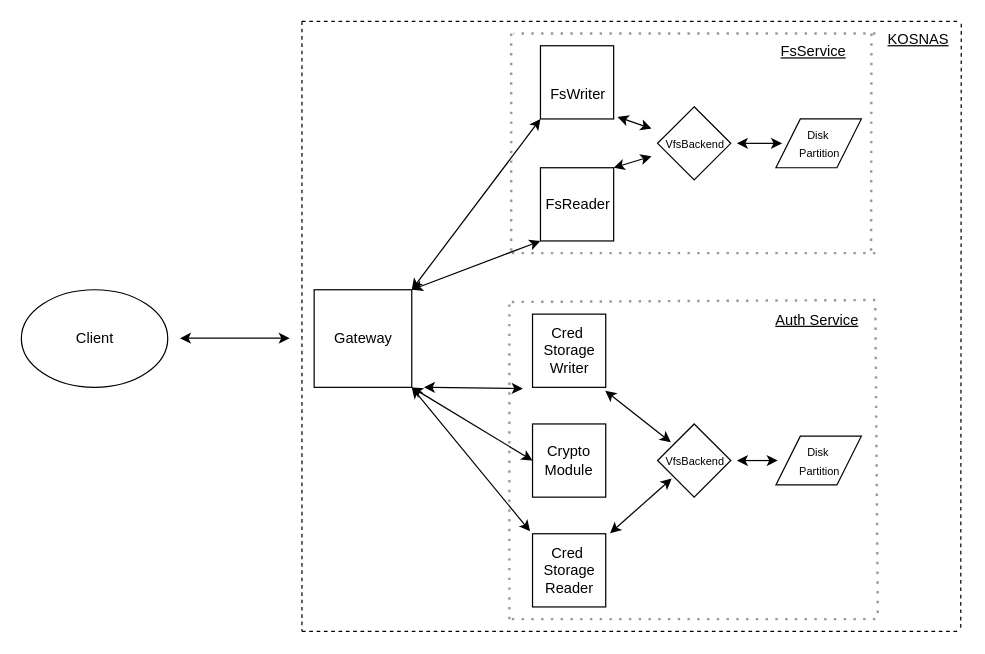
Above: assets/NAS Arch.drawio in Iroh-5/kosnas (draw.io), before the change. Source tidied: cells renumbered, new cells numbered last; positions are measured from the earlier drawing's top-left corner, leaving out a move shared by most shapes. Both pictures are drawn from the tidied source at 122%, with x=0, y=0 at pixel (21, 21).
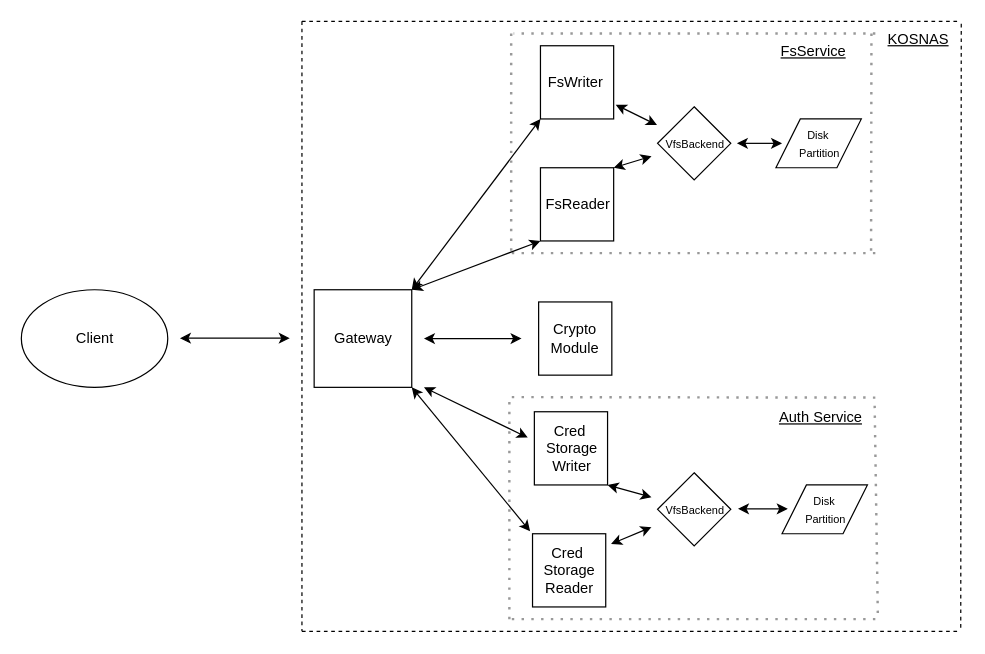
The same page after the edit.

Unchanged cells that the change refers to:
```xml
<mxCell id="2" style="whiteSpace=wrap;html=1;" parent="1" vertex="1">
  <mxGeometry x="240" y="220" width="80" height="80" as="geometry" />
</mxCell>
<mxCell id="27" value="Cred&amp;nbsp;&lt;div&gt;Storage&lt;div&gt;Reader&lt;/div&gt;&lt;/div&gt;" style="text;html=1;align=center;verticalAlign=middle;points=[];strokeColor=none;fillColor=none;" parent="1" vertex="1">
  <mxGeometry x="414" y="420" width="70" height="60" as="geometry" />
</mxCell>
```

Change to the diagram source:
```diff
@@
     <mxCell id="20" style="whiteSpace=wrap;html=1;" parent="1" vertex="1">
-      <mxGeometry x="419" y="240" width="60" height="60" as="geometry" />
+      <mxGeometry x="420.5" y="320" width="60" height="60" as="geometry" />
     </mxCell>
@@
     <mxCell id="22" style="rhombus;whiteSpace=wrap;html=1;" parent="1" vertex="1">
-      <mxGeometry x="521.5" y="330" width="60" height="60" as="geometry" />
+      <mxGeometry x="521.5" y="370" width="60" height="60" as="geometry" />
     </mxCell>
     <mxCell id="23" style="shape=parallelogram;perimeter=parallelogramPerimeter;whiteSpace=wrap;html=1;fixedSize=1;" parent="1" vertex="1">
-      <mxGeometry x="618.5" y="340" width="70" height="40" as="geometry" />
+      <mxGeometry x="623.5" y="380" width="70" height="40" as="geometry" />
     </mxCell>
     <mxCell id="24" value="&lt;font style=&quot;font-size: 9px;&quot;&gt;VfsBackend&lt;/font&gt;" style="text;html=1;align=center;verticalAlign=middle;points=[];strokeColor=none;fillColor=none;" parent="1" vertex="1">
-      <mxGeometry x="516.5" y="345" width="70" height="30" as="geometry" />
+      <mxGeometry x="516.5" y="385" width="70" height="30" as="geometry" />
     </mxCell>
     <mxCell id="25" value="&lt;font style=&quot;font-size: 9px;&quot;&gt;Disk&lt;/font&gt;&lt;font style=&quot;font-size: 8px;&quot;&gt;&amp;nbsp;&lt;/font&gt;&lt;div&gt;&lt;font style=&quot;font-size: 9px;&quot;&gt;Partition&lt;/font&gt;&lt;/div&gt;" style="text;html=1;align=center;verticalAlign=middle;points=[];strokeColor=none;fillColor=none;" parent="1" vertex="1">
-      <mxGeometry x="623.5" y="340" width="60" height="40" as="geometry" />
+      <mxGeometry x="628.5" y="380" width="60" height="40" as="geometry" />
     </mxCell>
     <mxCell id="26" value="Cred&amp;nbsp;&lt;div&gt;Storage&lt;div&gt;Writer&lt;/div&gt;&lt;/div&gt;" style="text;html=1;align=center;verticalAlign=middle;points=[];strokeColor=none;fillColor=none;" parent="1" vertex="1">
-      <mxGeometry x="414" y="240" width="70" height="60" as="geometry" />
+      <mxGeometry x="415.5" y="320" width="70" height="60" as="geometry" />
     </mxCell>
@@
     <mxCell id="28" style="endArrow=none;dashed=1;html=1;dashPattern=1 3;strokeWidth=2;rounded=0;textOpacity=0;opacity=40;" parent="1" edge="1">
       <mxGeometry relative="1" as="geometry">
         <mxPoint x="400" y="490" as="sourcePoint" />
-        <mxPoint x="400" y="230" as="targetPoint" />
+        <mxPoint x="400" y="310" as="targetPoint" />
       </mxGeometry>
     </mxCell>
-    <mxCell id="29" style="endArrow=none;dashed=1;html=1;dashPattern=1 3;strokeWidth=2;rounded=0;textOpacity=0;opacity=40;" parent="1" edge="1">
+    <mxCell id="29" style="endArrow=none;dashed=1;html=1;dashPattern=1 3;strokeWidth=2;rounded=0;textOpacity=0;opacity=40;entryX=0.993;entryY=0;entryDx=0;entryDy=0;entryPerimeter=0;" parent="1" edge="1" target="32">
       <mxGeometry relative="1" as="geometry">
         <mxPoint x="702" y="485" as="sourcePoint" />
-        <mxPoint x="700" y="235" as="targetPoint" />
       </mxGeometry>
     </mxCell>
@@
     <mxCell id="31" style="endArrow=none;dashed=1;html=1;dashPattern=1 3;strokeWidth=2;rounded=0;labelBackgroundColor=default;fontColor=default;opacity=40;entryX=1.041;entryY=-0.053;entryDx=0;entryDy=0;entryPerimeter=0;" parent="1" edge="1" target="32">
       <mxGeometry relative="1" as="geometry">
-        <mxPoint x="402" y="230" as="sourcePoint" />
+        <mxPoint x="402" y="308" as="sourcePoint" />
       </mxGeometry>
     </mxCell>
     <mxCell id="32" value="Auth Service" style="text;html=1;align=center;verticalAlign=middle;points=[];strokeColor=none;fillColor=none;fontStyle=4;" parent="1" vertex="1">
-      <mxGeometry x="606.5" y="230" width="90" height="30" as="geometry" />
+      <mxGeometry x="610" y="310" width="90" height="30" as="geometry" />
     </mxCell>
@@
     <mxCell id="38" value="FsWriter" style="text;html=1;align=center;verticalAlign=middle;points=[];strokeColor=none;fillColor=none;" parent="1" vertex="1">
-      <mxGeometry x="420.5" y="45" width="70" height="30" as="geometry" />
+      <mxGeometry x="419" y="35" width="70" height="30" as="geometry" />
     </mxCell>
@@
-    <mxCell id="41" value="Crypto&lt;div&gt;Module&lt;/div&gt;" style="whiteSpace=wrap;html=1;" parent="1" vertex="1">
-      <mxGeometry x="419" y="330" width="60" height="60" as="geometry" />
-    </mxCell>
-    <mxCell id="42" style="endArrow=classic;startArrow=classic;html=1;rounded=0;exitX=1;exitY=1;exitDx=0;exitDy=0;entryX=0;entryY=0.5;entryDx=0;entryDy=0;" parent="1" edge="1" source="2" target="41">
-      <mxGeometry relative="1" as="geometry" />
-    </mxCell>
-    <mxCell id="43" style="endArrow=classic;startArrow=classic;html=1;rounded=0;entryX=-0.043;entryY=1.017;entryDx=0;entryDy=0;entryPerimeter=0;" parent="1" edge="1" target="26">
+    <mxCell id="43" style="endArrow=classic;startArrow=classic;html=1;rounded=0;entryX=-0.006;entryY=0.353;entryDx=0;entryDy=0;entryPerimeter=0;" parent="1" edge="1" target="26">
       <mxGeometry relative="1" as="geometry">
         <mxPoint x="330" y="300" as="sourcePoint" />
       </mxGeometry>
     </mxCell>
-    <mxCell id="44" style="endArrow=classic;startArrow=classic;html=1;rounded=0;exitX=0.923;exitY=1.047;exitDx=0;exitDy=0;exitPerimeter=0;" parent="1" edge="1" source="26" target="24">
+    <mxCell id="44" style="endArrow=classic;startArrow=classic;html=1;rounded=0;exitX=1;exitY=1;exitDx=0;exitDy=0;" parent="1" edge="1" source="20" target="24">
       <mxGeometry relative="1" as="geometry" />
     </mxCell>
-    <mxCell id="45" style="endArrow=classic;startArrow=classic;html=1;rounded=0;exitX=0.98;exitY=-0.007;exitDx=0;exitDy=0;exitPerimeter=0;entryX=0.236;entryY=0.993;entryDx=0;entryDy=0;entryPerimeter=0;" parent="1" edge="1" source="27" target="24">
+    <mxCell id="45" style="endArrow=classic;startArrow=classic;html=1;rounded=0;exitX=0.991;exitY=0.14;exitDx=0;exitDy=0;exitPerimeter=0;" parent="1" edge="1" source="27" target="24">
       <mxGeometry relative="1" as="geometry" />
     </mxCell>
-    <mxCell id="46" style="endArrow=classic;startArrow=classic;html=1;rounded=0;" parent="1" edge="1" source="24">
-      <mxGeometry relative="1" as="geometry">
-        <mxPoint x="620" y="360" as="targetPoint" />
-      </mxGeometry>
+    <mxCell id="46" style="endArrow=classic;startArrow=classic;html=1;rounded=0;exitX=1.013;exitY=0.487;exitDx=0;exitDy=0;exitPerimeter=0;entryX=-0.005;entryY=0.49;entryDx=0;entryDy=0;entryPerimeter=0;" parent="1" edge="1" source="24" target="25">
+      <mxGeometry relative="1" as="geometry" />
     </mxCell>
@@
+    <mxCell id="41" value="Crypto&lt;div&gt;Module&lt;/div&gt;" style="whiteSpace=wrap;html=1;" parent="1" vertex="1">
+      <mxGeometry x="424" y="230" width="60" height="60" as="geometry" />
+    </mxCell>
+    <mxCell id="50" style="endArrow=classic;startArrow=classic;html=1;rounded=0;" parent="1" edge="1">
+      <mxGeometry relative="1" as="geometry">
+        <mxPoint x="330" y="260" as="sourcePoint" />
+        <mxPoint x="410" y="260" as="targetPoint" />
+      </mxGeometry>
+    </mxCell>
```
